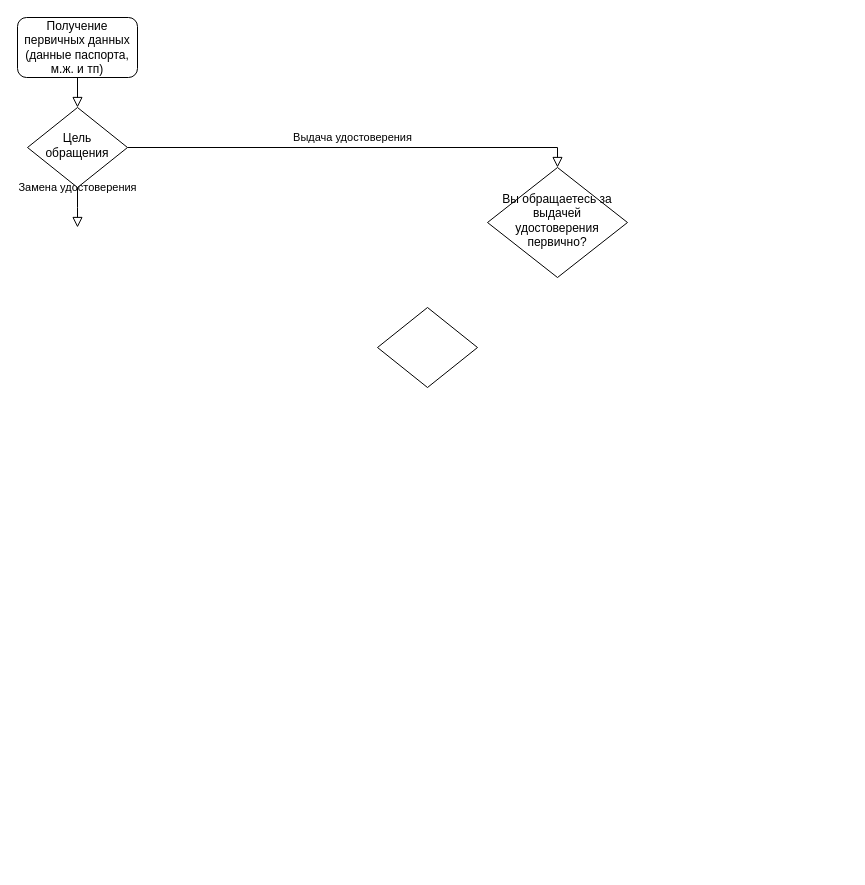
Above: Untitled Diagram.drawio in ainaraslan/test (draw.io), before the change. Source tidied: cells renumbered, new cells numbered last; positions are measured from the earlier drawing's top-left corner, leaving out a move shared by most shapes. Both pictures are drawn from the tidied source at 100%, with x=0, y=0 at pixel (17, 17).
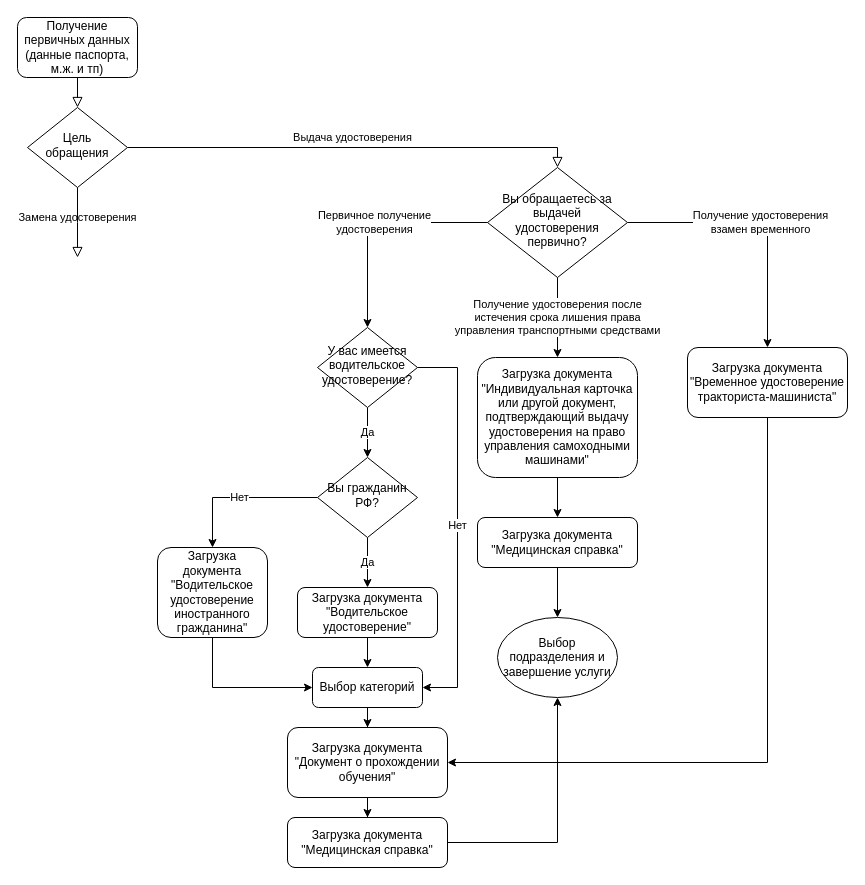
The same page after the edit.

The change refers to these unchanged cells:
```xml
<mxCell id="6" value="Цель обращения" style="rhombus;whiteSpace=wrap;html=1;shadow=0;fontFamily=Helvetica;fontSize=12;align=center;strokeWidth=1;spacing=6;spacingTop=-4;" parent="1" vertex="1">
  <mxGeometry x="10" y="90" width="100" height="80" as="geometry" />
</mxCell>
<mxCell id="7" value="Вы обращаетесь за выдачей удостоверения первично?" style="rhombus;whiteSpace=wrap;html=1;shadow=0;fontFamily=Helvetica;fontSize=12;align=center;strokeWidth=1;spacing=6;spacingTop=-4;" parent="1" vertex="1">
  <mxGeometry x="470" y="150" width="140" height="110" as="geometry" />
</mxCell>
```

What changed in the source:
```diff
@@
     <mxCell id="4" value="Замена удостоверения" style="rounded=0;html=1;jettySize=auto;fontSize=11;endArrow=block;endFill=0;endSize=8;strokeWidth=1;shadow=0;labelBackgroundColor=none;edgeStyle=orthogonalEdgeStyle;" parent="1" edge="1" source="6">
-      <mxGeometry y="20" relative="1" as="geometry">
-        <mxPoint x="60" y="210" as="targetPoint" />
+      <mxGeometry x="-0.14" relative="1" as="geometry">
+        <mxPoint x="60" y="240" as="targetPoint" />
       </mxGeometry>
     </mxCell>
@@
+    <mxCell id="9" value="Первичное получение &lt;br&gt;удостоверения" style="edgeStyle=orthogonalEdgeStyle;rounded=0;jettySize=auto;html=1;entryX=0.5;entryY=0;entryDx=0;entryDy=0;" parent="1" edge="1" source="7" target="8">
+      <mxGeometry relative="1" as="geometry" />
+    </mxCell>
+    <mxCell id="10" value="Получение удостоверения после &lt;br&gt;истечения срока лишения права &lt;br&gt;управления транспортными средствами" style="edgeStyle=orthogonalEdgeStyle;rounded=0;jettySize=auto;html=1;entryX=0.5;entryY=0;entryDx=0;entryDy=0;" parent="1" edge="1" source="7" target="15">
+      <mxGeometry relative="1" as="geometry" />
+    </mxCell>
+    <mxCell id="11" value="Получение удостоверения &lt;br&gt;взамен временного" style="edgeStyle=orthogonalEdgeStyle;rounded=0;jettySize=auto;html=1;entryX=0.5;entryY=0;entryDx=0;entryDy=0;" parent="1" edge="1" source="7" target="17">
+      <mxGeometry relative="1" as="geometry" />
+    </mxCell>
@@
+    <mxCell id="12" value="Да" style="edgeStyle=orthogonalEdgeStyle;rounded=0;jettySize=auto;html=1;entryX=0.5;entryY=0;entryDx=0;entryDy=0;" parent="1" edge="1" source="8" target="20">
+      <mxGeometry relative="1" as="geometry" />
+    </mxCell>
+    <mxCell id="13" value="Нет" style="edgeStyle=orthogonalEdgeStyle;rounded=0;jettySize=auto;html=1;entryX=1;entryY=0.5;entryDx=0;entryDy=0;" parent="1" edge="1" source="8" target="29">
+      <mxGeometry relative="1" as="geometry">
+        <Array as="points">
+          <mxPoint x="440" y="350" />
+          <mxPoint x="440" y="670" />
+        </Array>
+      </mxGeometry>
+    </mxCell>
-    <mxCell id="8" style="rhombus;whiteSpace=wrap;html=1;shadow=0;fontFamily=Helvetica;fontSize=12;align=center;strokeWidth=1;spacing=6;spacingTop=-4;" parent="1" vertex="1">
-      <mxGeometry x="360" y="290" width="100" height="80" as="geometry" />
+    <mxCell id="8" value="У вас имеется водительское удостоверение?" style="rhombus;whiteSpace=wrap;html=1;shadow=0;fontFamily=Helvetica;fontSize=12;align=center;strokeWidth=1;spacing=6;spacingTop=-4;" parent="1" vertex="1">
+      <mxGeometry x="300" y="310" width="100" height="80" as="geometry" />
     </mxCell>
+    <mxCell id="14" style="edgeStyle=orthogonalEdgeStyle;rounded=0;jettySize=auto;html=1;entryX=0.5;entryY=0;entryDx=0;entryDy=0;" parent="1" edge="1" source="15" target="22">
+      <mxGeometry relative="1" as="geometry" />
+    </mxCell>
+    <mxCell id="15" value="Загрузка документа &quot;Индивидуальная карточка или другой документ, подтверждающий выдачу удостоверения на право управления самоходными машинами&quot;" style="rounded=1;whiteSpace=wrap;html=1;shadow=0;strokeWidth=1;" parent="1" vertex="1">
+      <mxGeometry x="460" y="340" width="160" height="120" as="geometry" />
+    </mxCell>
+    <mxCell id="16" style="edgeStyle=orthogonalEdgeStyle;rounded=0;jettySize=auto;html=1;entryX=1;entryY=0.5;entryDx=0;entryDy=0;" parent="1" edge="1" source="17" target="31">
+      <mxGeometry relative="1" as="geometry">
+        <Array as="points">
+          <mxPoint x="750" y="745" />
+        </Array>
+      </mxGeometry>
+    </mxCell>
+    <mxCell id="17" value="Загрузка документа &quot;Временное удостоверение тракториста-машиниста&quot;" style="rounded=1;whiteSpace=wrap;html=1;shadow=0;strokeWidth=1;" parent="1" vertex="1">
+      <mxGeometry x="670" y="330" width="160" height="70" as="geometry" />
+    </mxCell>
+    <mxCell id="18" value="Да" style="edgeStyle=orthogonalEdgeStyle;rounded=0;jettySize=auto;html=1;entryX=0.5;entryY=0;entryDx=0;entryDy=0;" parent="1" edge="1" source="20" target="25">
+      <mxGeometry relative="1" as="geometry" />
+    </mxCell>
+    <mxCell id="19" value="Нет" style="edgeStyle=orthogonalEdgeStyle;rounded=0;jettySize=auto;html=1;entryX=0.5;entryY=0;entryDx=0;entryDy=0;" parent="1" edge="1" source="20" target="27">
+      <mxGeometry relative="1" as="geometry" />
+    </mxCell>
+    <mxCell id="20" value="Вы гражданин РФ?" style="rhombus;whiteSpace=wrap;html=1;shadow=0;fontFamily=Helvetica;fontSize=12;align=center;strokeWidth=1;spacing=6;spacingTop=-4;" parent="1" vertex="1">
+      <mxGeometry x="300" y="440" width="100" height="80" as="geometry" />
+    </mxCell>
+    <mxCell id="21" style="edgeStyle=orthogonalEdgeStyle;rounded=0;jettySize=auto;html=1;entryX=0.5;entryY=0;entryDx=0;entryDy=0;" parent="1" edge="1" source="22" target="23">
+      <mxGeometry relative="1" as="geometry" />
+    </mxCell>
+    <mxCell id="22" value="Загрузка документа &quot;Медицинская справка&quot;" style="rounded=1;whiteSpace=wrap;html=1;shadow=0;strokeWidth=1;" parent="1" vertex="1">
+      <mxGeometry x="460" y="500" width="160" height="50" as="geometry" />
+    </mxCell>
+    <mxCell id="23" value="Выбор подразделения и завершение услуги" style="ellipse;whiteSpace=wrap;html=1;shadow=0;strokeWidth=1;" parent="1" vertex="1">
+      <mxGeometry x="480" y="600" width="120" height="80" as="geometry" />
+    </mxCell>
+    <mxCell id="24" style="edgeStyle=orthogonalEdgeStyle;rounded=0;jettySize=auto;html=1;entryX=0.5;entryY=0;entryDx=0;entryDy=0;" parent="1" edge="1" source="25" target="29">
+      <mxGeometry relative="1" as="geometry" />
+    </mxCell>
+    <mxCell id="25" value="Загрузка документа &quot;Водительское удостоверение&quot;" style="rounded=1;whiteSpace=wrap;html=1;shadow=0;strokeWidth=1;" parent="1" vertex="1">
+      <mxGeometry x="280" y="570" width="140" height="50" as="geometry" />
+    </mxCell>
+    <mxCell id="26" style="edgeStyle=orthogonalEdgeStyle;rounded=0;jettySize=auto;html=1;entryX=0;entryY=0.5;entryDx=0;entryDy=0;" parent="1" edge="1" source="27" target="29">
+      <mxGeometry relative="1" as="geometry">
+        <Array as="points">
+          <mxPoint x="195" y="670" />
+        </Array>
+      </mxGeometry>
+    </mxCell>
+    <mxCell id="27" value="Загрузка документа &quot;Водительское удостоверение иностранного гражданина&quot;" style="rounded=1;whiteSpace=wrap;html=1;shadow=0;strokeWidth=1;" parent="1" vertex="1">
+      <mxGeometry x="140" y="530" width="110" height="90" as="geometry" />
+    </mxCell>
+    <mxCell id="28" style="edgeStyle=orthogonalEdgeStyle;rounded=0;jettySize=auto;html=1;" parent="1" edge="1" source="29" target="31">
+      <mxGeometry relative="1" as="geometry" />
+    </mxCell>
+    <mxCell id="29" value="Выбор категорий" style="rounded=1;whiteSpace=wrap;html=1;shadow=0;strokeWidth=1;" parent="1" vertex="1">
+      <mxGeometry x="295" y="650" width="110" height="40" as="geometry" />
+    </mxCell>
+    <mxCell id="30" style="edgeStyle=orthogonalEdgeStyle;rounded=0;jettySize=auto;html=1;" parent="1" edge="1" source="31" target="33">
+      <mxGeometry relative="1" as="geometry" />
+    </mxCell>
+    <mxCell id="31" value="Загрузка документа &quot;Документ о прохождении обучения&quot;" style="rounded=1;whiteSpace=wrap;html=1;shadow=0;strokeWidth=1;" parent="1" vertex="1">
+      <mxGeometry x="270" y="710" width="160" height="70" as="geometry" />
+    </mxCell>
+    <mxCell id="32" style="edgeStyle=orthogonalEdgeStyle;rounded=0;jettySize=auto;html=1;entryX=0.5;entryY=1;entryDx=0;entryDy=0;" parent="1" edge="1" source="33" target="23">
+      <mxGeometry relative="1" as="geometry" />
+    </mxCell>
+    <mxCell id="33" value="Загрузка документа &quot;Медицинская справка&quot;" style="rounded=1;whiteSpace=wrap;html=1;shadow=0;strokeWidth=1;" parent="1" vertex="1">
+      <mxGeometry x="270" y="800" width="160" height="50" as="geometry" />
+    </mxCell>
```
